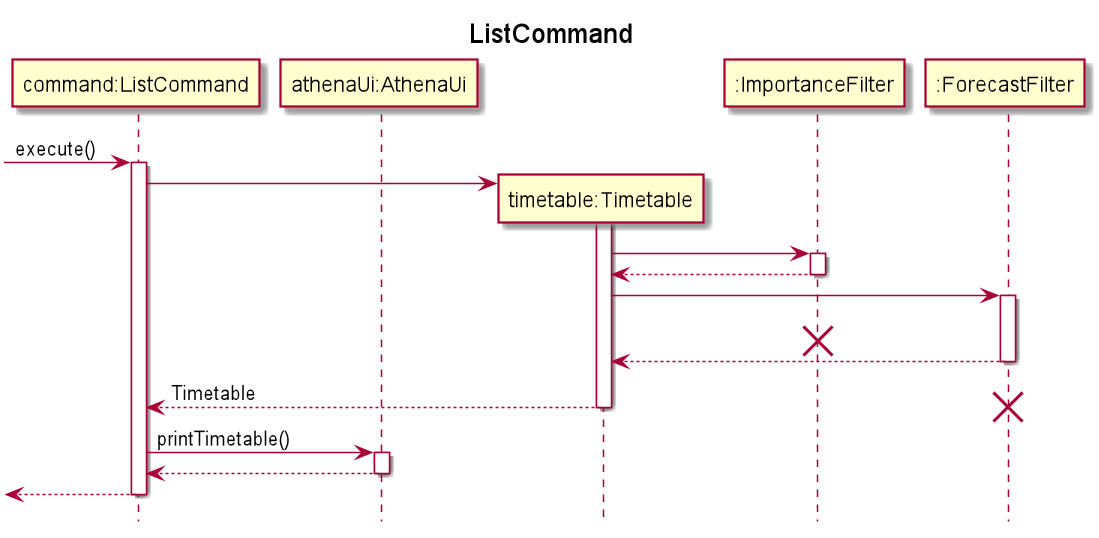
Earlier version of the PlantUML export docs/sequenceDiagrams/ListCommand.png (wish2023/tp).
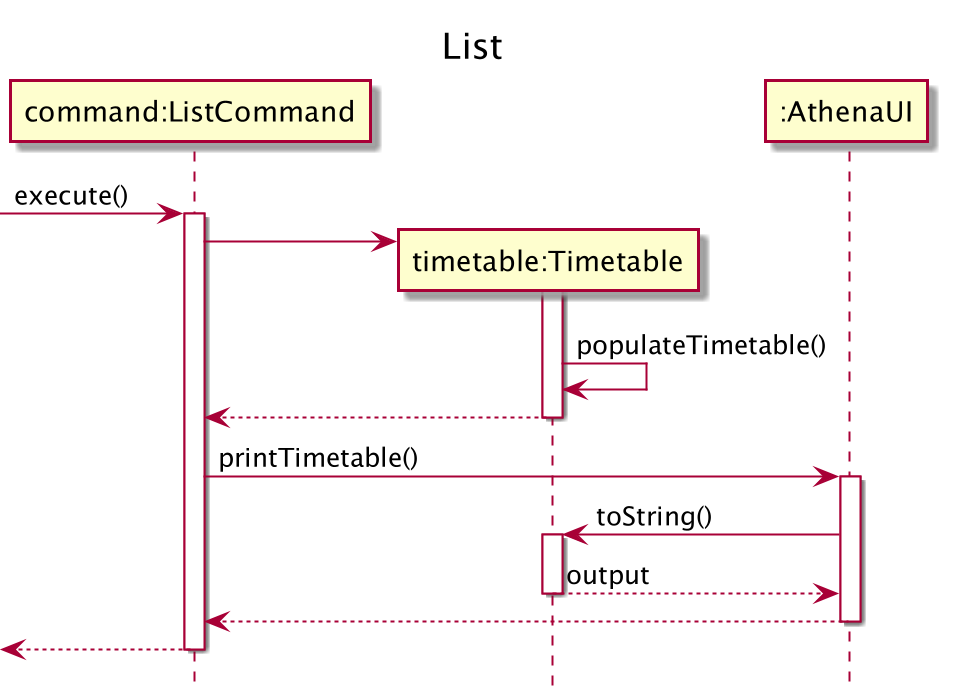
The same diagram one commit later.

What changed in the source:
```diff
@@ -1,25 +1,22 @@
 @startuml
-title ListCommand
+
+participant "command:ListCommand" as ListCommand
+participant "timetable:Timetable" as Timetable
+participant ":AthenaUI" as AthenaUI
+
+title List
 hide footbox
 
-participant "command:ListCommand" as ListCommand
-participant "athenaUi:AthenaUi" as AthenaUI
-participant "timetable:Timetable" as Timetable
-participant ":ImportanceFilter" as ImportanceFilter
-participant ":ForecastFilter" as ForecastFilter
+->ListCommand++: execute()
 
-->ListCommand++: execute()
 ListCommand->Timetable**:
 activate Timetable
-Timetable->ImportanceFilter++
+Timetable -> Timetable: populateTimetable()
 return
-Timetable->ForecastFilter++
-destroy ImportanceFilter
-return
-return Timetable
-destroy ForecastFilter
 
 ListCommand->AthenaUI++: printTimetable()
+AthenaUI -> Timetable++: toString()
+return output
 AthenaUI-->ListCommand--:
 
 <--ListCommand--
```
